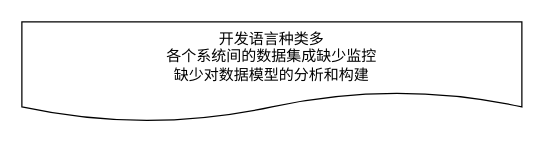
This is page "现状" (1 of 3) of Untitled Diagram.drawio from AlexWang-CN/design-with-drawio, a draw.io file, before an edit. Source tidied: cells renumbered, new cells numbered last; positions are measured from the earlier drawing's top-left corner, leaving out a move shared by most shapes. Both pictures are drawn from the tidied source at 125%, with x=0, y=0 at pixel (21, 21).
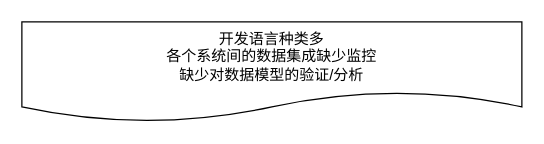
After the change.

What changed in the source:
```diff
@@
 <mxGraphModel background="#ffffff">
   <root>
     <mxCell id="0" />
     <mxCell id="1" parent="0" />
-    <mxCell id="2" value="开发语言种类多&lt;br&gt;各个系统间的数据集成缺少监控&lt;br&gt;缺少对数据模型的分析和构建" style="shape=document;whiteSpace=wrap;html=1;boundedLbl=1;" parent="1" vertex="1">
+    <mxCell id="2" value="开发语言种类多&lt;br&gt;各个系统间的数据集成缺少监控&lt;br&gt;缺少对数据模型的验证/分析" style="shape=document;whiteSpace=wrap;html=1;boundedLbl=1;" parent="1" vertex="1">
       <mxGeometry width="400" height="80" as="geometry" />
     </mxCell>
   </root>
 </mxGraphModel>
```
